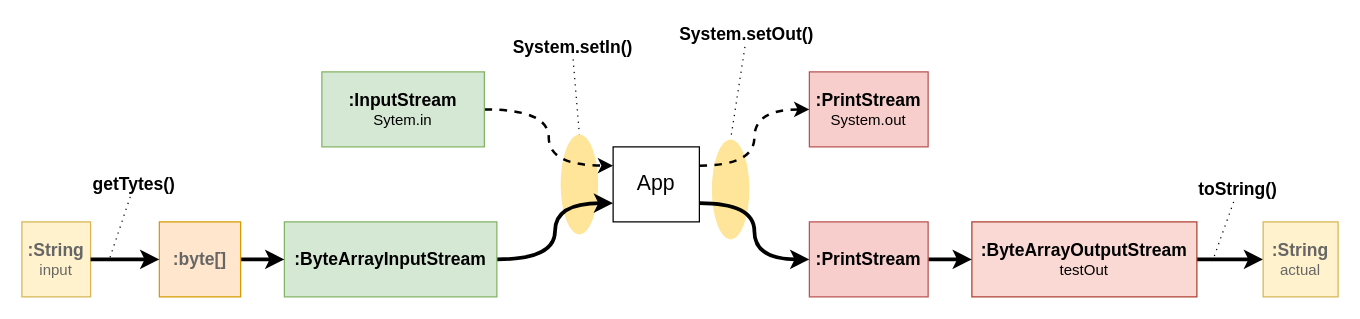
Before: images/2021-01-26-juit_test_with_stdin_stdout/setIn_setOut.drawio in reddiana/blog, a draw.io diagram. Source tidied: cells renumbered, new cells numbered last; positions are measured from the earlier drawing's top-left corner, leaving out a move shared by most shapes. Both pictures are drawn from the tidied source at 125%, with x=0, y=0 at pixel (21, 21).
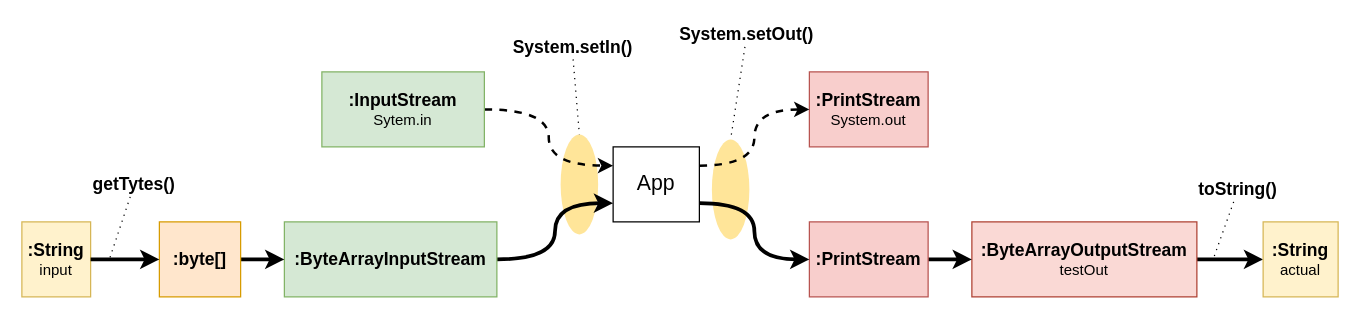
After the change.

Commit message (it also covers changes not shown here):
글자색 찐하게

The edit, as a diff of the source:
```diff
@@
-    <mxCell id="8" value="&lt;span style=&quot;color: rgb(102, 102, 102); text-align: left;&quot;&gt;&lt;b&gt;&lt;font style=&quot;font-size: 14px&quot;&gt;:String&lt;/font&gt;&lt;/b&gt;&lt;br&gt;actual&lt;br style=&quot;font-size: 12px&quot;&gt;&lt;/span&gt;" style="rounded=0;whiteSpace=wrap;html=1;fontFamily=Helvetica;fontSize=12;fillColor=#fff2cc;strokeColor=#d6b656;labelBackgroundColor=none;" parent="1" vertex="1">
+    <mxCell id="8" value="&lt;span style=&quot;text-align: left;&quot;&gt;&lt;b&gt;&lt;font style=&quot;font-size: 14px&quot;&gt;:String&lt;/font&gt;&lt;/b&gt;&lt;br&gt;actual&lt;br style=&quot;font-size: 12px&quot;&gt;&lt;/span&gt;" style="rounded=0;whiteSpace=wrap;html=1;fontFamily=Helvetica;fontSize=12;fillColor=#fff2cc;strokeColor=#d6b656;labelBackgroundColor=none;" parent="1" vertex="1">
       <mxGeometry x="993" y="160" width="60" height="60" as="geometry" />
     </mxCell>
@@
-    <mxCell id="18" value="&lt;span style=&quot;color: rgb(102, 102, 102); text-align: left;&quot;&gt;&lt;b&gt;&lt;font style=&quot;font-size: 14px&quot;&gt;:String&lt;/font&gt;&lt;/b&gt;&lt;br&gt;input&lt;br style=&quot;font-size: 12px&quot;&gt;&lt;/span&gt;" style="rounded=0;whiteSpace=wrap;html=1;fontFamily=Helvetica;fontSize=12;fillColor=#fff2cc;strokeColor=#d6b656;labelBackgroundColor=none;" parent="1" vertex="1">
+    <mxCell id="18" value="&lt;span style=&quot;text-align: left;&quot;&gt;&lt;b&gt;&lt;font style=&quot;font-size: 14px&quot;&gt;:String&lt;/font&gt;&lt;/b&gt;&lt;br&gt;input&lt;br style=&quot;font-size: 12px&quot;&gt;&lt;/span&gt;" style="rounded=0;whiteSpace=wrap;html=1;fontFamily=Helvetica;fontSize=12;fillColor=#fff2cc;strokeColor=#d6b656;labelBackgroundColor=none;" parent="1" vertex="1">
       <mxGeometry y="160" width="55" height="60" as="geometry" />
     </mxCell>
-    <mxCell id="19" value="&lt;span style=&quot;color: rgb(102, 102, 102); text-align: left;&quot;&gt;&lt;b&gt;&lt;font style=&quot;font-size: 14px&quot;&gt;:byte[]&lt;/font&gt;&lt;/b&gt;&lt;br style=&quot;font-size: 12px&quot;&gt;&lt;/span&gt;" style="rounded=0;whiteSpace=wrap;html=1;fontFamily=Helvetica;fontSize=12;fillColor=#ffe6cc;strokeColor=#d79b00;labelBackgroundColor=none;" parent="1" vertex="1">
+    <mxCell id="19" value="&lt;span style=&quot;text-align: left;&quot;&gt;&lt;b&gt;&lt;font style=&quot;font-size: 14px&quot;&gt;:byte[]&lt;/font&gt;&lt;/b&gt;&lt;br style=&quot;font-size: 12px&quot;&gt;&lt;/span&gt;" style="rounded=0;whiteSpace=wrap;html=1;fontFamily=Helvetica;fontSize=12;fillColor=#ffe6cc;strokeColor=#d79b00;labelBackgroundColor=none;" parent="1" vertex="1">
       <mxGeometry x="110" y="160" width="65" height="60" as="geometry" />
     </mxCell>
```
